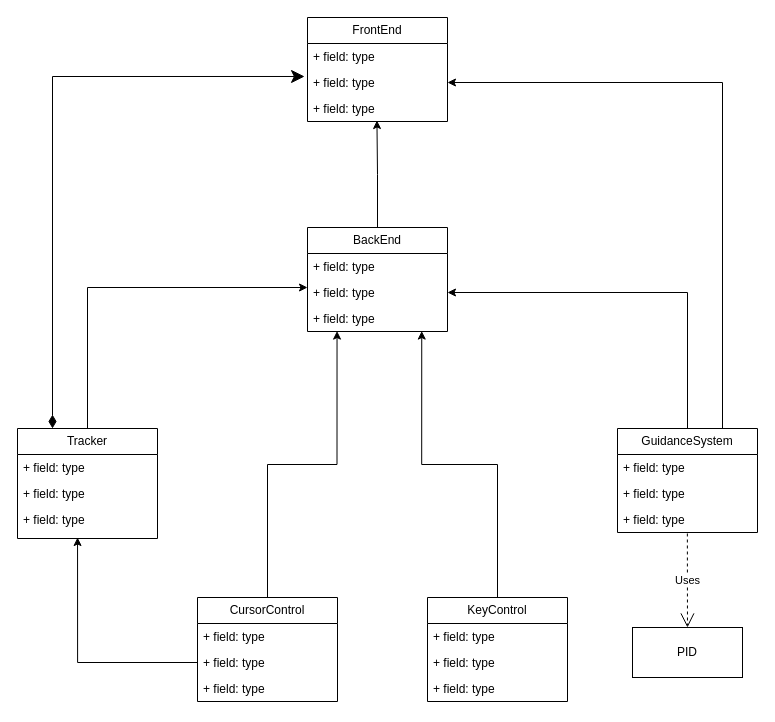
Before: design/PGD_UML_CLASS.drawio in S-Khos/Precision-Guided-Loitering-Drone, a draw.io diagram. Source tidied: cells renumbered, new cells numbered last; positions are measured from the earlier drawing's top-left corner, leaving out a move shared by most shapes. Both pictures are drawn from the tidied source at 100%, with x=0, y=0 at pixel (17, 17).
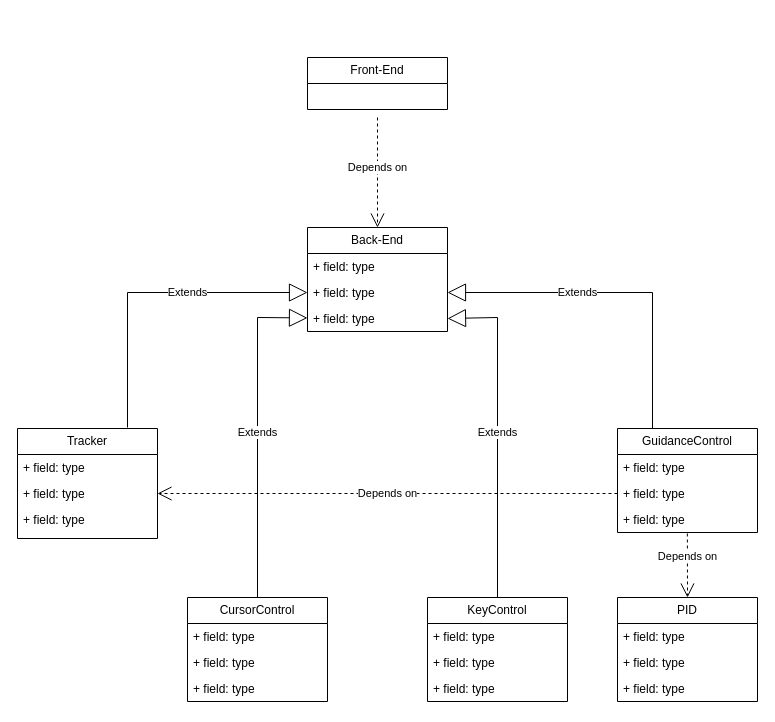
After the change.

The change refers to these unchanged cells:
```xml
<mxCell id="5" value="+ field: type" style="text;strokeColor=none;fillColor=none;align=left;verticalAlign=top;spacingLeft=4;spacingRight=4;overflow=hidden;points=[[0,0.5],[1,0.5]];portConstraint=eastwest;whiteSpace=wrap;html=1;" parent="3" vertex="1">
  <mxGeometry y="52" width="140" height="26" as="geometry" />
</mxCell>
<mxCell id="6" value="+ field: type" style="text;strokeColor=none;fillColor=none;align=left;verticalAlign=top;spacingLeft=4;spacingRight=4;overflow=hidden;points=[[0,0.5],[1,0.5]];portConstraint=eastwest;whiteSpace=wrap;html=1;" parent="3" vertex="1">
  <mxGeometry y="78" width="140" height="26" as="geometry" />
</mxCell>
<mxCell id="13" value="Tracker" style="swimlane;fontStyle=0;horizontal=1;startSize=26;fillColor=none;whiteSpace=wrap;html=1;" parent="1" vertex="1">
  <mxGeometry y="411" width="140" height="110" as="geometry" />
</mxCell>
<mxCell id="15" value="+ field: type" style="text;strokeColor=none;fillColor=none;align=left;verticalAlign=top;spacingLeft=4;spacingRight=4;overflow=hidden;points=[[0,0.5],[1,0.5]];portConstraint=eastwest;whiteSpace=wrap;html=1;" parent="13" vertex="1">
  <mxGeometry y="52" width="140" height="26" as="geometry" />
</mxCell>
<mxCell id="16" value="+ field: type" style="text;strokeColor=none;fillColor=none;align=left;verticalAlign=top;spacingLeft=4;spacingRight=4;overflow=hidden;points=[[0,0.5],[1,0.5]];portConstraint=eastwest;whiteSpace=wrap;html=1;" parent="13" vertex="1">
  <mxGeometry y="78" width="140" height="32" as="geometry" />
</mxCell>
<mxCell id="21" value="+ field: type" style="text;strokeColor=none;fillColor=none;align=left;verticalAlign=top;spacingLeft=4;spacingRight=4;overflow=hidden;points=[[0,0.5],[1,0.5]];portConstraint=eastwest;whiteSpace=wrap;html=1;" parent="19" vertex="1">
  <mxGeometry y="52" width="140" height="26" as="geometry" />
</mxCell>
<mxCell id="22" value="+ field: type" style="text;strokeColor=none;fillColor=none;align=left;verticalAlign=top;spacingLeft=4;spacingRight=4;overflow=hidden;points=[[0,0.5],[1,0.5]];portConstraint=eastwest;whiteSpace=wrap;html=1;" parent="19" vertex="1">
  <mxGeometry y="78" width="140" height="26" as="geometry" />
</mxCell>
<mxCell id="24" value="KeyControl" style="swimlane;fontStyle=0;horizontal=1;startSize=26;fillColor=none;whiteSpace=wrap;html=1;" parent="1" vertex="1">
  <mxGeometry x="410" y="580" width="140" height="104" as="geometry" />
</mxCell>
<mxCell id="31" value="+ field: type" style="text;strokeColor=none;fillColor=none;align=left;verticalAlign=top;spacingLeft=4;spacingRight=4;overflow=hidden;points=[[0,0.5],[1,0.5]];portConstraint=eastwest;whiteSpace=wrap;html=1;" parent="29" vertex="1">
  <mxGeometry y="52" width="140" height="26" as="geometry" />
</mxCell>
```

Change to the diagram source:
```diff
@@
-    <mxCell id="2" style="edgeStyle=orthogonalEdgeStyle;rounded=0;jettySize=auto;html=1;exitX=0.5;exitY=0;exitDx=0;exitDy=0;entryX=0.496;entryY=0.962;entryDx=0;entryDy=0;entryPerimeter=0;" parent="1" edge="1" source="3" target="10">
-      <mxGeometry relative="1" as="geometry" />
-    </mxCell>
-    <mxCell id="3" value="BackEnd" style="swimlane;fontStyle=0;horizontal=1;startSize=26;fillColor=none;whiteSpace=wrap;html=1;" parent="1" vertex="1">
+    <mxCell id="3" value="Back-End" style="swimlane;fontStyle=0;horizontal=1;startSize=26;fillColor=none;whiteSpace=wrap;html=1;" parent="1" vertex="1">
       <mxGeometry x="290" y="210" width="140" height="104" as="geometry" />
     </mxCell>
@@
-    <mxCell id="7" value="FrontEnd" style="swimlane;fontStyle=0;horizontal=1;startSize=26;fillColor=none;whiteSpace=wrap;html=1;" parent="1" vertex="1">
-      <mxGeometry x="290" width="140" height="104" as="geometry" />
+    <mxCell id="7" value="Front-End" style="swimlane;fontStyle=0;horizontal=1;startSize=26;fillColor=none;whiteSpace=wrap;html=1;" parent="1" vertex="1">
+      <mxGeometry x="290" y="40" width="140" height="52" as="geometry" />
     </mxCell>
-    <mxCell id="8" value="+ field: type" style="text;strokeColor=none;fillColor=none;align=left;verticalAlign=top;spacingLeft=4;spacingRight=4;overflow=hidden;whiteSpace=wrap;html=1;" parent="7" vertex="1">
-      <mxGeometry y="26" width="140" height="26" as="geometry" />
-    </mxCell>
-    <mxCell id="9" value="+ field: type" style="text;strokeColor=none;fillColor=none;align=left;verticalAlign=top;spacingLeft=4;spacingRight=4;overflow=hidden;points=[[0,0.5],[1,0.5]];portConstraint=eastwest;whiteSpace=wrap;html=1;" parent="7" vertex="1">
-      <mxGeometry y="52" width="140" height="26" as="geometry" />
-    </mxCell>
-    <mxCell id="10" value="+ field: type" style="text;strokeColor=none;fillColor=none;align=left;verticalAlign=top;spacingLeft=4;spacingRight=4;overflow=hidden;points=[[0,0.5],[1,0.5]];portConstraint=eastwest;whiteSpace=wrap;html=1;" parent="7" vertex="1">
-      <mxGeometry y="78" width="140" height="26" as="geometry" />
-    </mxCell>
-    <mxCell id="11" style="edgeStyle=orthogonalEdgeStyle;rounded=0;jettySize=auto;html=1;exitX=0.5;exitY=0;exitDx=0;exitDy=0;" parent="1" edge="1" source="13">
-      <mxGeometry relative="1" as="geometry">
-        <mxPoint x="290" y="270" as="targetPoint" />
-        <Array as="points">
-          <mxPoint x="70" y="270" />
-          <mxPoint x="290" y="270" />
-        </Array>
-      </mxGeometry>
-    </mxCell>
-    <mxCell id="12" style="edgeStyle=orthogonalEdgeStyle;rounded=0;jettySize=auto;html=1;exitX=0.25;exitY=0;exitDx=0;exitDy=0;entryX=-0.021;entryY=0.269;entryDx=0;entryDy=0;entryPerimeter=0;startArrow=diamondThin;startFill=1;endSize=11;startSize=11;" parent="1" edge="1" source="13" target="9">
-      <mxGeometry relative="1" as="geometry" />
-    </mxCell>
@@
-    <mxCell id="17" style="edgeStyle=orthogonalEdgeStyle;rounded=0;jettySize=auto;html=1;exitX=0.75;exitY=0;exitDx=0;exitDy=0;entryX=1;entryY=0.5;entryDx=0;entryDy=0;" parent="1" edge="1" source="19" target="9">
-      <mxGeometry relative="1" as="geometry" />
-    </mxCell>
-    <mxCell id="18" style="edgeStyle=orthogonalEdgeStyle;rounded=0;jettySize=auto;html=1;exitX=0.5;exitY=0;exitDx=0;exitDy=0;" parent="1" edge="1" source="19" target="5">
-      <mxGeometry relative="1" as="geometry" />
-    </mxCell>
-    <mxCell id="19" value="GuidanceSystem" style="swimlane;fontStyle=0;horizontal=1;startSize=26;fillColor=none;whiteSpace=wrap;html=1;" parent="1" vertex="1">
+    <mxCell id="19" value="GuidanceControl" style="swimlane;fontStyle=0;horizontal=1;startSize=26;fillColor=none;whiteSpace=wrap;html=1;" parent="1" vertex="1">
       <mxGeometry x="600" y="411" width="140" height="104" as="geometry" />
     </mxCell>
@@
-    <mxCell id="23" style="edgeStyle=orthogonalEdgeStyle;rounded=0;jettySize=auto;html=1;exitX=0.5;exitY=0;exitDx=0;exitDy=0;entryX=0.816;entryY=0.984;entryDx=0;entryDy=0;entryPerimeter=0;" parent="1" edge="1" source="24" target="6">
-      <mxGeometry relative="1" as="geometry" />
-    </mxCell>
@@
-    <mxCell id="28" style="edgeStyle=orthogonalEdgeStyle;rounded=0;jettySize=auto;html=1;exitX=0.5;exitY=0;exitDx=0;exitDy=0;entryX=0.211;entryY=0.984;entryDx=0;entryDy=0;entryPerimeter=0;" parent="1" edge="1" source="29" target="6">
-      <mxGeometry relative="1" as="geometry" />
-    </mxCell>
     <mxCell id="29" value="CursorControl" style="swimlane;fontStyle=0;horizontal=1;startSize=26;fillColor=none;whiteSpace=wrap;html=1;" parent="1" vertex="1">
-      <mxGeometry x="180" y="580" width="140" height="104" as="geometry" />
+      <mxGeometry x="170" y="580" width="140" height="104" as="geometry" />
     </mxCell>
@@
-    <mxCell id="33" style="edgeStyle=orthogonalEdgeStyle;rounded=0;jettySize=auto;html=1;entryX=0.429;entryY=0.969;entryDx=0;entryDy=0;entryPerimeter=0;" parent="1" edge="1" source="31" target="16">
-      <mxGeometry relative="1" as="geometry" />
-    </mxCell>
+    <mxCell id="35" value="Depends on" style="endArrow=open;endSize=12;dashed=1;html=1;rounded=0;exitX=0.499;exitY=1.038;exitDx=0;exitDy=0;exitPerimeter=0;entryX=0.5;entryY=0;entryDx=0;entryDy=0;" parent="1" edge="1" source="22" target="34">
+      <mxGeometry x="-0.28" relative="1" as="geometry" />
+    </mxCell>
+    <mxCell id="28" value="Extends" style="endArrow=block;endSize=16;endFill=0;html=1;rounded=0;exitX=0.5;exitY=0;exitDx=0;exitDy=0;" parent="1" edge="1" source="29" target="6">
+      <mxGeometry relative="1" as="geometry">
+        <Array as="points">
+          <mxPoint x="240" y="300" />
+        </Array>
+      </mxGeometry>
+    </mxCell>
+    <mxCell id="23" value="Extends" style="endArrow=block;endSize=16;endFill=0;html=1;rounded=0;exitX=0.5;exitY=0;exitDx=0;exitDy=0;entryX=1;entryY=0.5;entryDx=0;entryDy=0;" parent="1" edge="1" source="24" target="6">
+      <mxGeometry relative="1" as="geometry">
+        <Array as="points">
+          <mxPoint x="480" y="300" />
+        </Array>
+      </mxGeometry>
+    </mxCell>
+    <mxCell id="36" value="Extends" style="endArrow=block;endSize=16;endFill=0;html=1;rounded=0;entryX=0;entryY=0.5;entryDx=0;entryDy=0;" parent="1" edge="1" target="5">
+      <mxGeometry x="0.24" relative="1" as="geometry">
+        <mxPoint x="110" y="410" as="sourcePoint" />
+        <Array as="points">
+          <mxPoint x="110" y="275" />
+        </Array>
+      </mxGeometry>
+    </mxCell>
+    <mxCell id="18" value="Extends" style="endArrow=block;endSize=16;endFill=0;html=1;rounded=0;entryX=1;entryY=0.5;entryDx=0;entryDy=0;exitX=0.25;exitY=0;exitDx=0;exitDy=0;" parent="1" edge="1" source="19" target="5">
+      <mxGeometry x="0.24" relative="1" as="geometry">
+        <Array as="points">
+          <mxPoint x="635" y="275" />
+        </Array>
+      </mxGeometry>
+    </mxCell>
+    <mxCell id="37" value="Depends on" style="endArrow=open;endSize=12;dashed=1;html=1;rounded=0;exitX=0;exitY=0.5;exitDx=0;exitDy=0;" parent="1" edge="1" source="21" target="15">
+      <mxGeometry relative="1" as="geometry" />
+    </mxCell>
+    <mxCell id="38" value="Depends on" style="endArrow=open;endSize=12;dashed=1;html=1;rounded=0;" parent="1" edge="1">
+      <mxGeometry x="-0.09" relative="1" as="geometry">
+        <mxPoint x="360" y="100" as="sourcePoint" />
+        <mxPoint x="360" y="210" as="targetPoint" />
+      </mxGeometry>
+    </mxCell>
-    <mxCell id="34" value="PID" style="html=1;whiteSpace=wrap;" parent="1" vertex="1">
-      <mxGeometry x="615" y="610" width="110" height="50" as="geometry" />
+    <mxCell id="34" value="PID" style="swimlane;fontStyle=0;horizontal=1;startSize=26;fillColor=none;whiteSpace=wrap;html=1;" parent="1" vertex="1">
+      <mxGeometry x="600" y="580" width="140" height="104" as="geometry" />
     </mxCell>
-    <mxCell id="35" value="Uses" style="endArrow=open;endSize=12;dashed=1;html=1;rounded=0;exitX=0.499;exitY=1.038;exitDx=0;exitDy=0;exitPerimeter=0;" parent="1" edge="1" source="22" target="34">
-      <mxGeometry relative="1" as="geometry" />
-    </mxCell>
+    <mxCell id="8" value="+ field: type" style="text;strokeColor=none;fillColor=none;align=left;verticalAlign=top;spacingLeft=4;spacingRight=4;overflow=hidden;whiteSpace=wrap;html=1;" parent="34" vertex="1">
+      <mxGeometry y="26" width="140" height="26" as="geometry" />
+    </mxCell>
+    <mxCell id="9" value="+ field: type" style="text;strokeColor=none;fillColor=none;align=left;verticalAlign=top;spacingLeft=4;spacingRight=4;overflow=hidden;points=[[0,0.5],[1,0.5]];portConstraint=eastwest;whiteSpace=wrap;html=1;" parent="34" vertex="1">
+      <mxGeometry y="52" width="140" height="26" as="geometry" />
+    </mxCell>
+    <mxCell id="10" value="+ field: type" style="text;strokeColor=none;fillColor=none;align=left;verticalAlign=top;spacingLeft=4;spacingRight=4;overflow=hidden;points=[[0,0.5],[1,0.5]];portConstraint=eastwest;whiteSpace=wrap;html=1;" parent="34" vertex="1">
+      <mxGeometry y="78" width="140" height="26" as="geometry" />
+    </mxCell>
```
